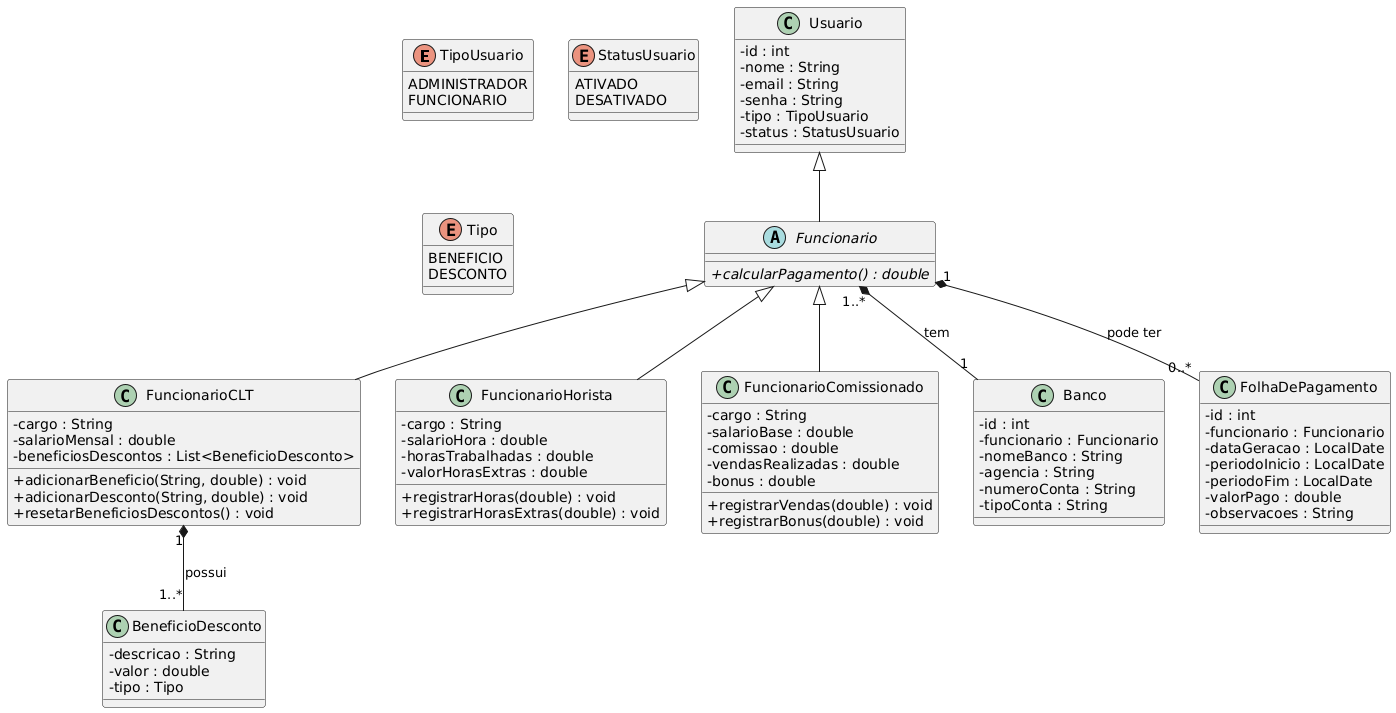
This is PlantUML.png from ViniciusFloriano/Folha-de-Pagamento, a PlantUML export, as it was before one commit. The source it was exported from:
```plantuml
@startuml
skinparam classAttributeIconSize 0

enum TipoUsuario {
    ADMINISTRADOR
    FUNCIONARIO
}

enum StatusUsuario {
    ATIVADO
    DESATIVADO
}

enum Tipo {
    BENEFICIO
    DESCONTO
}

class Usuario {
    - id : int
    - nome : String
    - email : String
    - senha : String
    - tipo : TipoUsuario
    - status : StatusUsuario
}

abstract class Funcionario {
    + {abstract} calcularPagamento() : double
}

class FuncionarioCLT {
    - cargo : String
    - salarioMensal : double
    - beneficiosDescontos : List<BeneficioDesconto>
    + adicionarBeneficio(String, double) : void
    + adicionarDesconto(String, double) : void
    + resetarBeneficiosDescontos() : void
}

class FuncionarioHorista {
    - cargo : String
    - salarioHora : double
    - horasTrabalhadas : double
    - valorHorasExtras : double
    + registrarHoras(double) : void
    + registrarHorasExtras(double) : void
}

class FuncionarioComissionado {
    - cargo : String
    - salarioBase : double
    - comissao : double
    - vendasRealizadas : double
    - bonus : double
    + registrarVendas(double) : void
    + registrarBonus(double) : void
}

class BeneficioDesconto {
    - descricao : String
    - valor : double
    - tipo : Tipo
}

class Banco {
    - id : int
    - funcionario : Funcionario
    - nomeBanco : String
    - agencia : String
    - numeroConta : String
    - tipoConta : String
}

class FolhaDePagamento {
    - id : int
    - funcionario : Funcionario
    - dataGeracao : LocalDate
    - periodoInicio : LocalDate
    - periodoFim : LocalDate
    - valorPago : double
    - observacoes : String
}

Usuario <|-- Funcionario
Funcionario <|-- FuncionarioCLT
Funcionario <|-- FuncionarioHorista
Funcionario <|-- FuncionarioComissionado
FuncionarioCLT "1" *-- "1..*" BeneficioDesconto : possui
Funcionario "1..*" *-- "1" Banco : tem
Funcionario "1" *-- "0..*" FolhaDePagamento : pode ter
@enduml
```
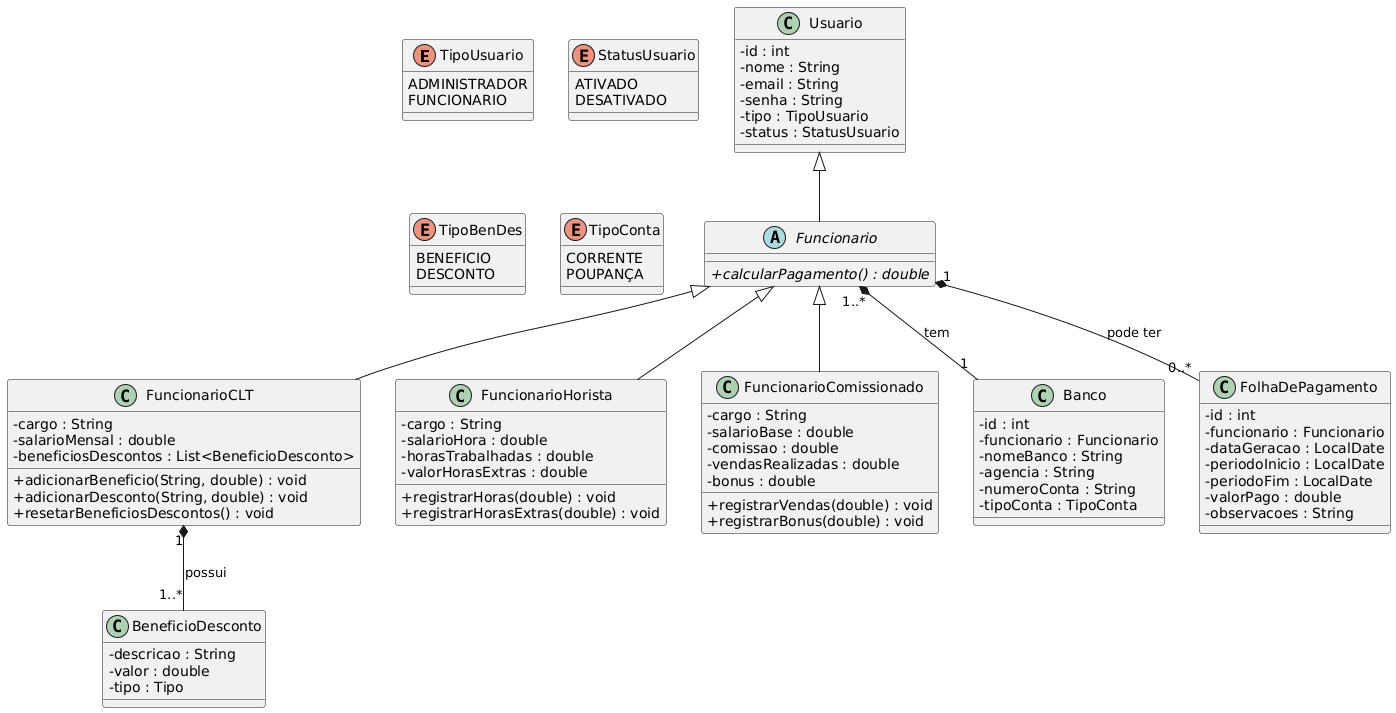
After the commit.

Commit message:
Adição do plantUML atualizado

The edit, as a diff of the source:
```diff
@@ -11,9 +11,14 @@
     DESATIVADO
 }
 
-enum Tipo {
+enum TipoBenDes {
     BENEFICIO
     DESCONTO
+}
+
+enum TipoConta {
+    CORRENTE
+    POUPANÇA
 }
 
 class Usuario {
@@ -69,7 +74,7 @@
     - nomeBanco : String
     - agencia : String
     - numeroConta : String
-    - tipoConta : String
+    - tipoConta : TipoConta
 }
 
 class FolhaDePagamento {
```
